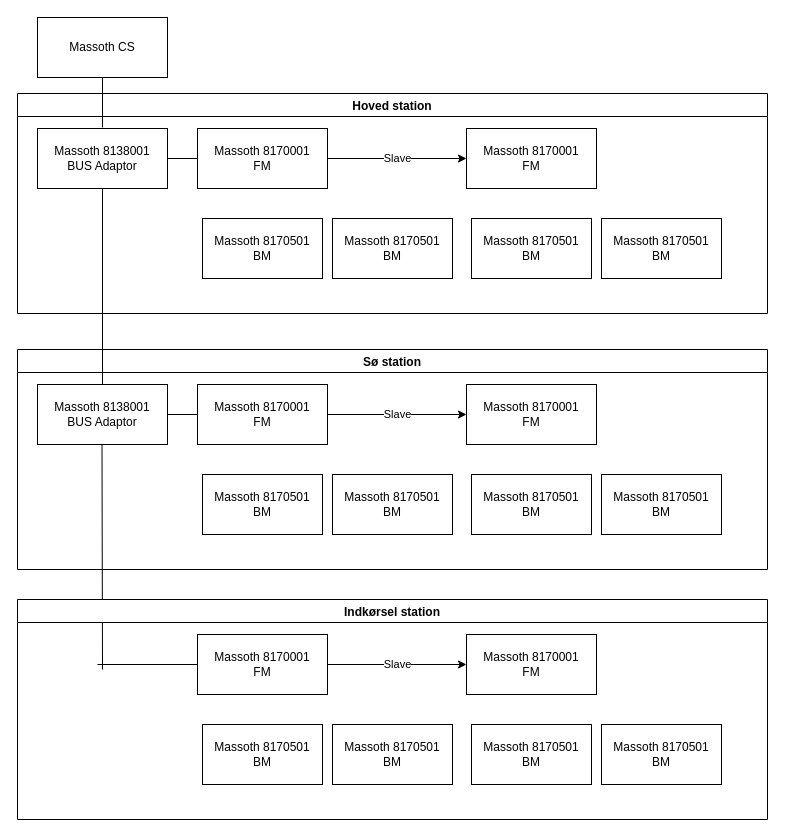
Above: Untitled Diagram.drawio in MaxWinther/rocrail (draw.io), before the change. Source tidied: cells renumbered, new cells numbered last; positions are measured from the earlier drawing's top-left corner, leaving out a move shared by most shapes. Both pictures are drawn from the tidied source at 100%, with x=0, y=0 at pixel (17, 17).
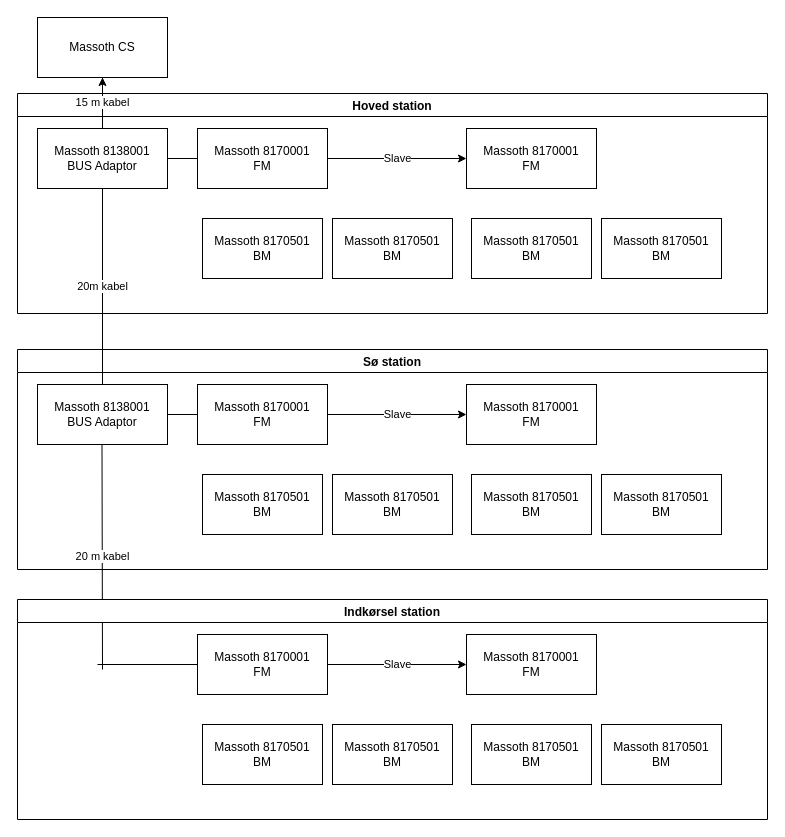
The same diagram, later.

The change refers to these unchanged cells:
```xml
<mxCell id="9" value="Massoth 8138001&lt;br&gt;BUS Adaptor" style="rounded=0;whiteSpace=wrap;html=1;" parent="1" vertex="1">
  <mxGeometry x="20" y="111" width="130" height="60" as="geometry" />
</mxCell>
<mxCell id="11" value="Hoved station" style="swimlane;" parent="1" vertex="1">
  <mxGeometry y="76" width="750" height="220" as="geometry" />
</mxCell>
<mxCell id="20" value="Massoth 8138001&lt;br&gt;BUS Adaptor" style="rounded=0;whiteSpace=wrap;html=1;" parent="1" vertex="1">
  <mxGeometry x="20" y="367" width="130" height="60" as="geometry" />
</mxCell>
<mxCell id="22" value="Sø station" style="swimlane;" parent="1" vertex="1">
  <mxGeometry y="332" width="750" height="220" as="geometry" />
</mxCell>
<mxCell id="34" value="Massoth CS" style="rounded=0;whiteSpace=wrap;html=1;" parent="1" vertex="1">
  <mxGeometry x="20" width="130" height="60" as="geometry" />
</mxCell>
```

Change to the diagram source:
```diff
@@
+    <mxCell id="35" style="edgeStyle=orthogonalEdgeStyle;rounded=0;jettySize=auto;html=1;" parent="1" edge="1" source="9" target="34">
+      <mxGeometry relative="1" as="geometry" />
+    </mxCell>
@@
-    <mxCell id="12" style="endArrow=none;html=1;rounded=0;entryX=0.5;entryY=1;entryDx=0;entryDy=0;" parent="11" edge="1" target="34">
+    <mxCell id="12" value="15 m kabel" style="endArrow=none;html=1;rounded=0;entryX=0.5;entryY=1;entryDx=0;entryDy=0;" parent="11" edge="1" target="34">
       <mxGeometry relative="1" as="geometry">
         <mxPoint x="85" y="34" as="sourcePoint" />
       </mxGeometry>
     </mxCell>
@@
-    <mxCell id="23" style="endArrow=none;html=1;rounded=0;entryX=0.5;entryY=1;entryDx=0;entryDy=0;" parent="22" edge="1">
+    <mxCell id="23" value="20 m kabel" style="endArrow=none;html=1;rounded=0;entryX=0.5;entryY=1;entryDx=0;entryDy=0;" parent="22" edge="1">
       <mxGeometry relative="1" as="geometry">
         <mxPoint x="85" y="320" as="sourcePoint" />
         <mxPoint x="84.5" y="95" as="targetPoint" />
       </mxGeometry>
     </mxCell>
@@
-    <mxCell id="33" style="endArrow=none;html=1;rounded=0;exitX=0.5;exitY=0;exitDx=0;exitDy=0;entryX=0.5;entryY=1;entryDx=0;entryDy=0;" parent="1" edge="1" source="20" target="9">
+    <mxCell id="33" value="20m kabel" style="endArrow=none;html=1;rounded=0;exitX=0.5;exitY=0;exitDx=0;exitDy=0;entryX=0.5;entryY=1;entryDx=0;entryDy=0;" parent="1" edge="1" source="20" target="9">
       <mxGeometry relative="1" as="geometry" />
     </mxCell>
```
